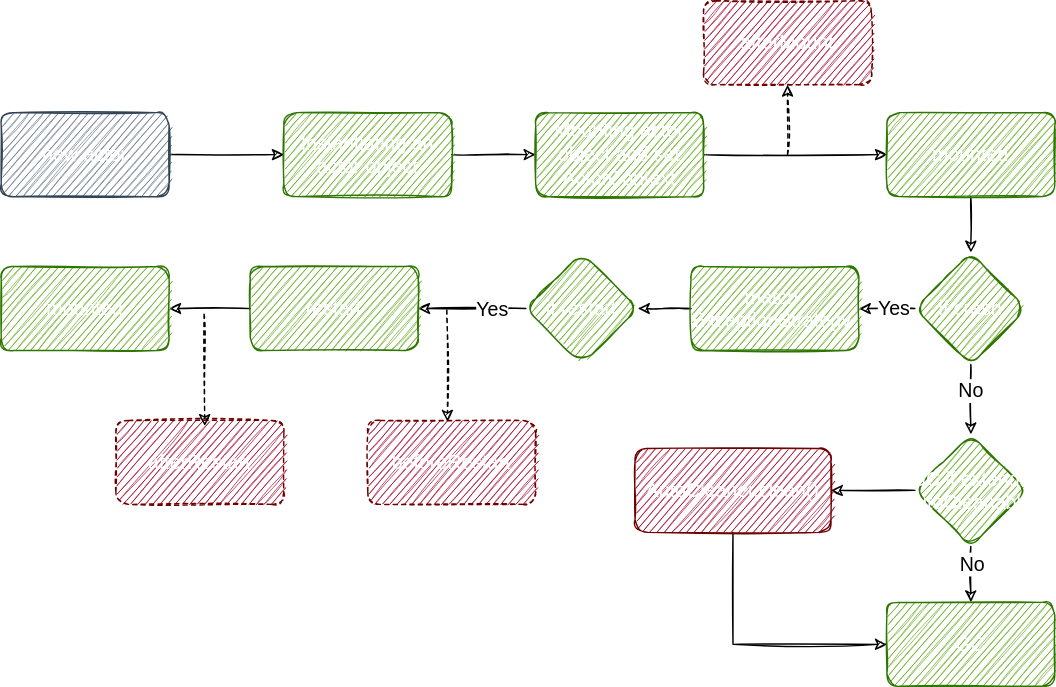
This is docs/_assets/images/actor_life_cycle.drawio.svg from otavia-projects/otavia, a draw.io export, as it was before one commit. Source tidied: cells renumbered, new cells last; positions are measured from the earlier drawing's top-left corner, leaving out a move shared by most shapes.
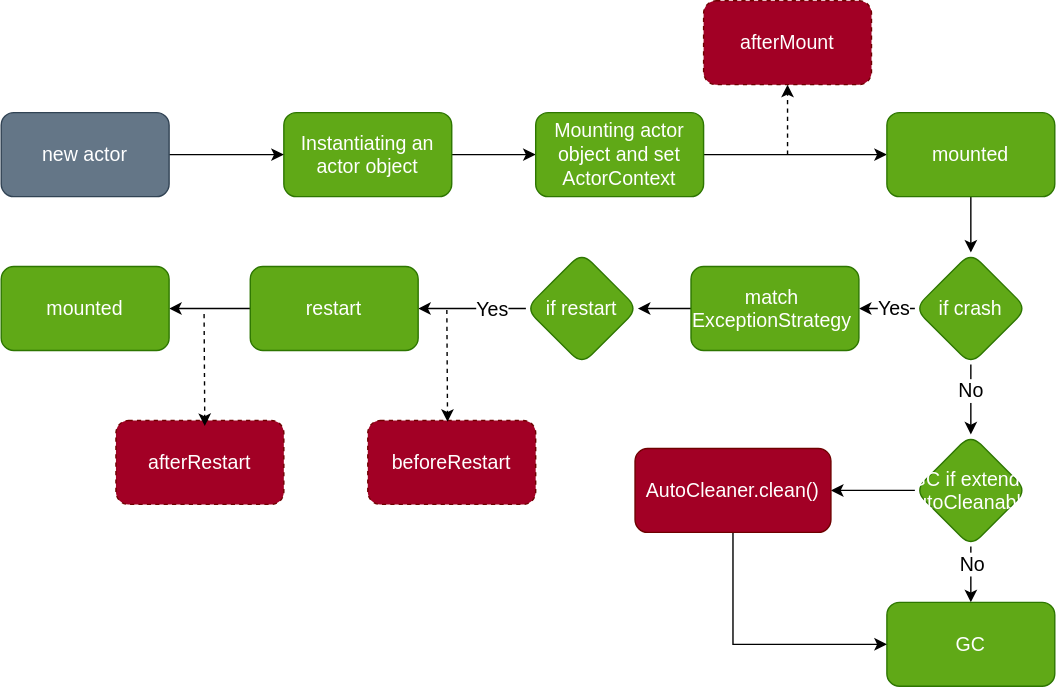
Later version of the same file.

Commit message:
docs: life cycle

The edit, as a diff of the source:
```diff
@@ -2,114 +2,114 @@
   <root>
     <mxCell id="0" />
     <mxCell id="1" parent="0" />
-    <mxCell id="2" style="edgeStyle=orthogonalEdgeStyle;rounded=0;jettySize=auto;html=1;fontSize=14;sketch=1;" parent="1" edge="1" source="3" target="7">
+    <mxCell id="2" style="edgeStyle=orthogonalEdgeStyle;rounded=0;jettySize=auto;html=1;fontSize=14;" parent="1" edge="1" source="3" target="7">
       <mxGeometry relative="1" as="geometry" />
     </mxCell>
-    <mxCell id="3" value="Instantiating an actor object" style="rounded=1;whiteSpace=wrap;html=1;fontSize=14;sketch=1;fillColor=#60a917;fontColor=#ffffff;strokeColor=#2D7600;" parent="1" vertex="1">
+    <mxCell id="3" value="Instantiating an actor object" style="rounded=1;whiteSpace=wrap;html=1;fontSize=14;fillColor=#60a917;fontColor=#ffffff;strokeColor=#2D7600;" parent="1" vertex="1">
       <mxGeometry x="202" y="80" width="120" height="60" as="geometry" />
     </mxCell>
-    <mxCell id="4" style="edgeStyle=orthogonalEdgeStyle;rounded=0;jettySize=auto;html=1;fontSize=14;sketch=1;" parent="1" edge="1" source="5" target="3">
+    <mxCell id="4" style="edgeStyle=orthogonalEdgeStyle;rounded=0;jettySize=auto;html=1;fontSize=14;" parent="1" edge="1" source="5" target="3">
       <mxGeometry relative="1" as="geometry" />
     </mxCell>
-    <mxCell id="5" value="new actor" style="rounded=1;whiteSpace=wrap;html=1;fontSize=14;sketch=1;fillColor=#647687;fontColor=#ffffff;strokeColor=#314354;" parent="1" vertex="1">
+    <mxCell id="5" value="new actor" style="rounded=1;whiteSpace=wrap;html=1;fontSize=14;fillColor=#647687;fontColor=#ffffff;strokeColor=#314354;" parent="1" vertex="1">
       <mxGeometry y="80" width="120" height="60" as="geometry" />
     </mxCell>
-    <mxCell id="6" style="edgeStyle=orthogonalEdgeStyle;rounded=0;jettySize=auto;html=1;fontSize=14;sketch=1;" parent="1" edge="1" source="7" target="9">
+    <mxCell id="6" style="edgeStyle=orthogonalEdgeStyle;rounded=0;jettySize=auto;html=1;fontSize=14;" parent="1" edge="1" source="7" target="9">
       <mxGeometry relative="1" as="geometry" />
     </mxCell>
-    <mxCell id="7" value="Mounting actor object and set ActorContext" style="rounded=1;whiteSpace=wrap;html=1;fontSize=14;sketch=1;fillColor=#60a917;fontColor=#ffffff;strokeColor=#2D7600;" parent="1" vertex="1">
+    <mxCell id="7" value="Mounting actor object and set ActorContext" style="rounded=1;whiteSpace=wrap;html=1;fontSize=14;fillColor=#60a917;fontColor=#ffffff;strokeColor=#2D7600;" parent="1" vertex="1">
       <mxGeometry x="382" y="80" width="120" height="60" as="geometry" />
     </mxCell>
-    <mxCell id="8" style="edgeStyle=orthogonalEdgeStyle;rounded=0;jettySize=auto;html=1;fontSize=14;sketch=1;" parent="1" edge="1" source="9" target="16">
+    <mxCell id="8" style="edgeStyle=orthogonalEdgeStyle;rounded=0;jettySize=auto;html=1;fontSize=14;" parent="1" edge="1" source="9" target="16">
       <mxGeometry relative="1" as="geometry" />
     </mxCell>
-    <mxCell id="9" value="mounted" style="rounded=1;whiteSpace=wrap;html=1;fontSize=14;sketch=1;fillColor=#60a917;fontColor=#ffffff;strokeColor=#2D7600;" parent="1" vertex="1">
+    <mxCell id="9" value="mounted" style="rounded=1;whiteSpace=wrap;html=1;fontSize=14;fillColor=#60a917;fontColor=#ffffff;strokeColor=#2D7600;" parent="1" vertex="1">
       <mxGeometry x="633" y="80" width="120" height="60" as="geometry" />
     </mxCell>
-    <mxCell id="10" value="afterMount" style="rounded=1;whiteSpace=wrap;html=1;fontSize=14;dashed=1;sketch=1;fillColor=#a20025;fontColor=#ffffff;strokeColor=#6F0000;" parent="1" vertex="1">
+    <mxCell id="10" value="afterMount" style="rounded=1;whiteSpace=wrap;html=1;fontSize=14;dashed=1;fillColor=#a20025;fontColor=#ffffff;strokeColor=#6F0000;" parent="1" vertex="1">
       <mxGeometry x="502" width="120" height="60" as="geometry" />
     </mxCell>
-    <mxCell id="11" style="endArrow=classic;html=1;rounded=0;fontSize=14;dashed=1;entryX=0.5;entryY=1;entryDx=0;entryDy=0;sketch=1;" parent="1" edge="1" target="10">
+    <mxCell id="11" style="endArrow=classic;html=1;rounded=0;fontSize=14;dashed=1;entryX=0.5;entryY=1;entryDx=0;entryDy=0;" parent="1" edge="1" target="10">
       <mxGeometry relative="1" as="geometry">
         <mxPoint x="562" y="110" as="sourcePoint" />
       </mxGeometry>
     </mxCell>
-    <mxCell id="12" style="edgeStyle=orthogonalEdgeStyle;rounded=0;jettySize=auto;html=1;fontSize=14;sketch=1;" parent="1" edge="1" source="16" target="18">
+    <mxCell id="12" style="edgeStyle=orthogonalEdgeStyle;rounded=0;jettySize=auto;html=1;fontSize=14;" parent="1" edge="1" source="16" target="18">
       <mxGeometry relative="1" as="geometry" />
     </mxCell>
-    <mxCell id="13" value="Yes" style="edgeLabel;html=1;align=center;verticalAlign=middle;fontSize=14;sketch=1;" parent="12" vertex="1">
+    <mxCell id="13" value="Yes" style="edgeLabel;html=1;align=center;verticalAlign=middle;fontSize=14;" parent="12" vertex="1">
       <mxGeometry x="-0.19" y="-1" relative="1" as="geometry" />
     </mxCell>
-    <mxCell id="14" style="edgeStyle=orthogonalEdgeStyle;rounded=0;jettySize=auto;html=1;fontSize=14;sketch=1;" parent="1" edge="1" source="16" target="30">
+    <mxCell id="14" style="edgeStyle=orthogonalEdgeStyle;rounded=0;jettySize=auto;html=1;fontSize=14;" parent="1" edge="1" source="16" target="30">
       <mxGeometry relative="1" as="geometry" />
     </mxCell>
-    <mxCell id="15" value="No" style="edgeLabel;html=1;align=center;verticalAlign=middle;fontSize=14;sketch=1;" parent="14" vertex="1">
+    <mxCell id="15" value="No" style="edgeLabel;html=1;align=center;verticalAlign=middle;fontSize=14;" parent="14" vertex="1">
       <mxGeometry x="-0.27" y="-1" relative="1" as="geometry" />
     </mxCell>
-    <mxCell id="16" value="if crash" style="rhombus;whiteSpace=wrap;html=1;fontSize=14;rounded=1;sketch=1;fillColor=#60a917;fontColor=#ffffff;strokeColor=#2D7600;" parent="1" vertex="1">
+    <mxCell id="16" value="if crash" style="rhombus;whiteSpace=wrap;html=1;fontSize=14;rounded=1;fillColor=#60a917;fontColor=#ffffff;strokeColor=#2D7600;" parent="1" vertex="1">
       <mxGeometry x="653" y="180" width="80" height="80" as="geometry" />
     </mxCell>
-    <mxCell id="17" style="edgeStyle=orthogonalEdgeStyle;rounded=0;jettySize=auto;html=1;fontSize=14;sketch=1;" parent="1" edge="1" source="18" target="21">
+    <mxCell id="17" style="edgeStyle=orthogonalEdgeStyle;rounded=0;jettySize=auto;html=1;fontSize=14;" parent="1" edge="1" source="18" target="21">
       <mxGeometry relative="1" as="geometry" />
     </mxCell>
-    <mxCell id="18" value="match&amp;nbsp;&lt;br&gt;ExceptionStrategy&amp;nbsp;" style="whiteSpace=wrap;html=1;fontSize=14;rounded=1;sketch=1;fillColor=#60a917;fontColor=#ffffff;strokeColor=#2D7600;" parent="1" vertex="1">
+    <mxCell id="18" value="match&amp;nbsp;&lt;br&gt;ExceptionStrategy&amp;nbsp;" style="whiteSpace=wrap;html=1;fontSize=14;rounded=1;fillColor=#60a917;fontColor=#ffffff;strokeColor=#2D7600;" parent="1" vertex="1">
       <mxGeometry x="493" y="190" width="120" height="60" as="geometry" />
     </mxCell>
-    <mxCell id="19" style="edgeStyle=orthogonalEdgeStyle;rounded=0;jettySize=auto;html=1;fontSize=14;sketch=1;" parent="1" edge="1" source="21" target="23">
+    <mxCell id="19" style="edgeStyle=orthogonalEdgeStyle;rounded=0;jettySize=auto;html=1;fontSize=14;" parent="1" edge="1" source="21" target="23">
       <mxGeometry relative="1" as="geometry" />
     </mxCell>
-    <mxCell id="20" value="Yes" style="edgeLabel;html=1;align=center;verticalAlign=middle;fontSize=14;sketch=1;" parent="19" vertex="1">
+    <mxCell id="20" value="Yes" style="edgeLabel;html=1;align=center;verticalAlign=middle;fontSize=14;" parent="19" vertex="1">
       <mxGeometry x="-0.36" relative="1" as="geometry" />
     </mxCell>
-    <mxCell id="21" value="if restart" style="rhombus;whiteSpace=wrap;html=1;fontSize=14;rounded=1;sketch=1;fillColor=#60a917;fontColor=#ffffff;strokeColor=#2D7600;" parent="1" vertex="1">
+    <mxCell id="21" value="if restart" style="rhombus;whiteSpace=wrap;html=1;fontSize=14;rounded=1;fillColor=#60a917;fontColor=#ffffff;strokeColor=#2D7600;" parent="1" vertex="1">
       <mxGeometry x="375" y="180" width="80" height="80" as="geometry" />
     </mxCell>
-    <mxCell id="22" style="edgeStyle=orthogonalEdgeStyle;rounded=0;jettySize=auto;html=1;fontSize=14;sketch=1;" parent="1" edge="1" source="23" target="26">
+    <mxCell id="22" style="edgeStyle=orthogonalEdgeStyle;rounded=0;jettySize=auto;html=1;fontSize=14;" parent="1" edge="1" source="23" target="26">
       <mxGeometry relative="1" as="geometry" />
     </mxCell>
-    <mxCell id="23" value="restart" style="whiteSpace=wrap;html=1;fontSize=14;rounded=1;sketch=1;fillColor=#60a917;fontColor=#ffffff;strokeColor=#2D7600;" parent="1" vertex="1">
+    <mxCell id="23" value="restart" style="whiteSpace=wrap;html=1;fontSize=14;rounded=1;fillColor=#60a917;fontColor=#ffffff;strokeColor=#2D7600;" parent="1" vertex="1">
       <mxGeometry x="178" y="190" width="120" height="60" as="geometry" />
     </mxCell>
-    <mxCell id="24" value="beforeRestart" style="rounded=1;whiteSpace=wrap;html=1;fontSize=14;dashed=1;sketch=1;fillColor=#a20025;fontColor=#ffffff;strokeColor=#6F0000;" parent="1" vertex="1">
+    <mxCell id="24" value="beforeRestart" style="rounded=1;whiteSpace=wrap;html=1;fontSize=14;dashed=1;fillColor=#a20025;fontColor=#ffffff;strokeColor=#6F0000;" parent="1" vertex="1">
       <mxGeometry x="262" y="300" width="120" height="60" as="geometry" />
     </mxCell>
-    <mxCell id="25" style="endArrow=classic;html=1;rounded=0;fontSize=14;entryX=0.5;entryY=0;entryDx=0;entryDy=0;dashed=1;sketch=1;" parent="1" edge="1">
+    <mxCell id="25" style="endArrow=classic;html=1;rounded=0;fontSize=14;entryX=0.5;entryY=0;entryDx=0;entryDy=0;dashed=1;" parent="1" edge="1">
       <mxGeometry relative="1" as="geometry">
         <mxPoint x="318.5" y="221" as="sourcePoint" />
         <mxPoint x="319" y="301" as="targetPoint" />
       </mxGeometry>
     </mxCell>
-    <mxCell id="26" value="mounted" style="whiteSpace=wrap;html=1;fontSize=14;rounded=1;sketch=1;fillColor=#60a917;fontColor=#ffffff;strokeColor=#2D7600;" parent="1" vertex="1">
+    <mxCell id="26" value="mounted" style="whiteSpace=wrap;html=1;fontSize=14;rounded=1;fillColor=#60a917;fontColor=#ffffff;strokeColor=#2D7600;" parent="1" vertex="1">
       <mxGeometry y="190" width="120" height="60" as="geometry" />
     </mxCell>
-    <mxCell id="27" style="edgeStyle=orthogonalEdgeStyle;rounded=0;jettySize=auto;html=1;fontSize=14;sketch=1;" parent="1" edge="1" source="30" target="33">
+    <mxCell id="27" style="edgeStyle=orthogonalEdgeStyle;rounded=0;jettySize=auto;html=1;fontSize=14;" parent="1" edge="1" source="30" target="33">
       <mxGeometry relative="1" as="geometry" />
     </mxCell>
-    <mxCell id="28" value="No" style="edgeLabel;html=1;align=center;verticalAlign=middle;fontSize=14;sketch=1;" parent="27" vertex="1">
+    <mxCell id="28" value="No" style="edgeLabel;html=1;align=center;verticalAlign=middle;fontSize=14;" parent="27" vertex="1">
       <mxGeometry x="-0.38" relative="1" as="geometry" />
     </mxCell>
-    <mxCell id="29" style="edgeStyle=orthogonalEdgeStyle;rounded=0;jettySize=auto;html=1;fontSize=14;sketch=1;" parent="1" edge="1" source="30" target="35">
+    <mxCell id="29" style="edgeStyle=orthogonalEdgeStyle;rounded=0;jettySize=auto;html=1;fontSize=14;" parent="1" edge="1" source="30" target="35">
       <mxGeometry relative="1" as="geometry" />
     </mxCell>
-    <mxCell id="30" value="GC if extends&lt;br&gt;AutoCleanable&amp;nbsp;" style="rhombus;whiteSpace=wrap;html=1;fontSize=14;rounded=1;sketch=1;fillColor=#60a917;fontColor=#ffffff;strokeColor=#2D7600;" parent="1" vertex="1">
+    <mxCell id="30" value="GC if extends&lt;br&gt;AutoCleanable&amp;nbsp;" style="rhombus;whiteSpace=wrap;html=1;fontSize=14;rounded=1;fillColor=#60a917;fontColor=#ffffff;strokeColor=#2D7600;" parent="1" vertex="1">
       <mxGeometry x="653" y="310" width="80" height="80" as="geometry" />
     </mxCell>
-    <mxCell id="31" value="afterRestart" style="rounded=1;whiteSpace=wrap;html=1;fontSize=14;dashed=1;sketch=1;fillColor=#a20025;fontColor=#ffffff;strokeColor=#6F0000;" parent="1" vertex="1">
+    <mxCell id="31" value="afterRestart" style="rounded=1;whiteSpace=wrap;html=1;fontSize=14;dashed=1;fillColor=#a20025;fontColor=#ffffff;strokeColor=#6F0000;" parent="1" vertex="1">
       <mxGeometry x="82" y="300" width="120" height="60" as="geometry" />
     </mxCell>
-    <mxCell id="32" style="endArrow=classic;html=1;rounded=0;fontSize=14;entryX=0.5;entryY=0;entryDx=0;entryDy=0;dashed=1;sketch=1;" parent="1" edge="1">
+    <mxCell id="32" style="endArrow=classic;html=1;rounded=0;fontSize=14;entryX=0.5;entryY=0;entryDx=0;entryDy=0;dashed=1;" parent="1" edge="1">
       <mxGeometry relative="1" as="geometry">
         <mxPoint x="145" y="224" as="sourcePoint" />
         <mxPoint x="145.5" y="304" as="targetPoint" />
       </mxGeometry>
     </mxCell>
-    <mxCell id="33" value="GC" style="whiteSpace=wrap;html=1;fontSize=14;rounded=1;sketch=1;fillColor=#60a917;fontColor=#ffffff;strokeColor=#2D7600;" parent="1" vertex="1">
+    <mxCell id="33" value="GC" style="whiteSpace=wrap;html=1;fontSize=14;rounded=1;fillColor=#60a917;fontColor=#ffffff;strokeColor=#2D7600;" parent="1" vertex="1">
       <mxGeometry x="633" y="430" width="120" height="60" as="geometry" />
     </mxCell>
-    <mxCell id="34" style="edgeStyle=orthogonalEdgeStyle;rounded=0;jettySize=auto;html=1;entryX=0;entryY=0.5;entryDx=0;entryDy=0;fontSize=14;exitX=0.5;exitY=1;exitDx=0;exitDy=0;sketch=1;" parent="1" edge="1" source="35" target="33">
+    <mxCell id="34" style="edgeStyle=orthogonalEdgeStyle;rounded=0;jettySize=auto;html=1;entryX=0;entryY=0.5;entryDx=0;entryDy=0;fontSize=14;exitX=0.5;exitY=1;exitDx=0;exitDy=0;" parent="1" edge="1" source="35" target="33">
       <mxGeometry relative="1" as="geometry" />
     </mxCell>
-    <mxCell id="35" value="AutoCleaner.clean()" style="whiteSpace=wrap;html=1;fontSize=14;rounded=1;sketch=1;fillColor=#a20025;fontColor=#ffffff;strokeColor=#6F0000;" parent="1" vertex="1">
+    <mxCell id="35" value="AutoCleaner.clean()" style="whiteSpace=wrap;html=1;fontSize=14;rounded=1;fillColor=#a20025;fontColor=#ffffff;strokeColor=#6F0000;" parent="1" vertex="1">
       <mxGeometry x="453" y="320" width="140" height="60" as="geometry" />
     </mxCell>
   </root>
```
